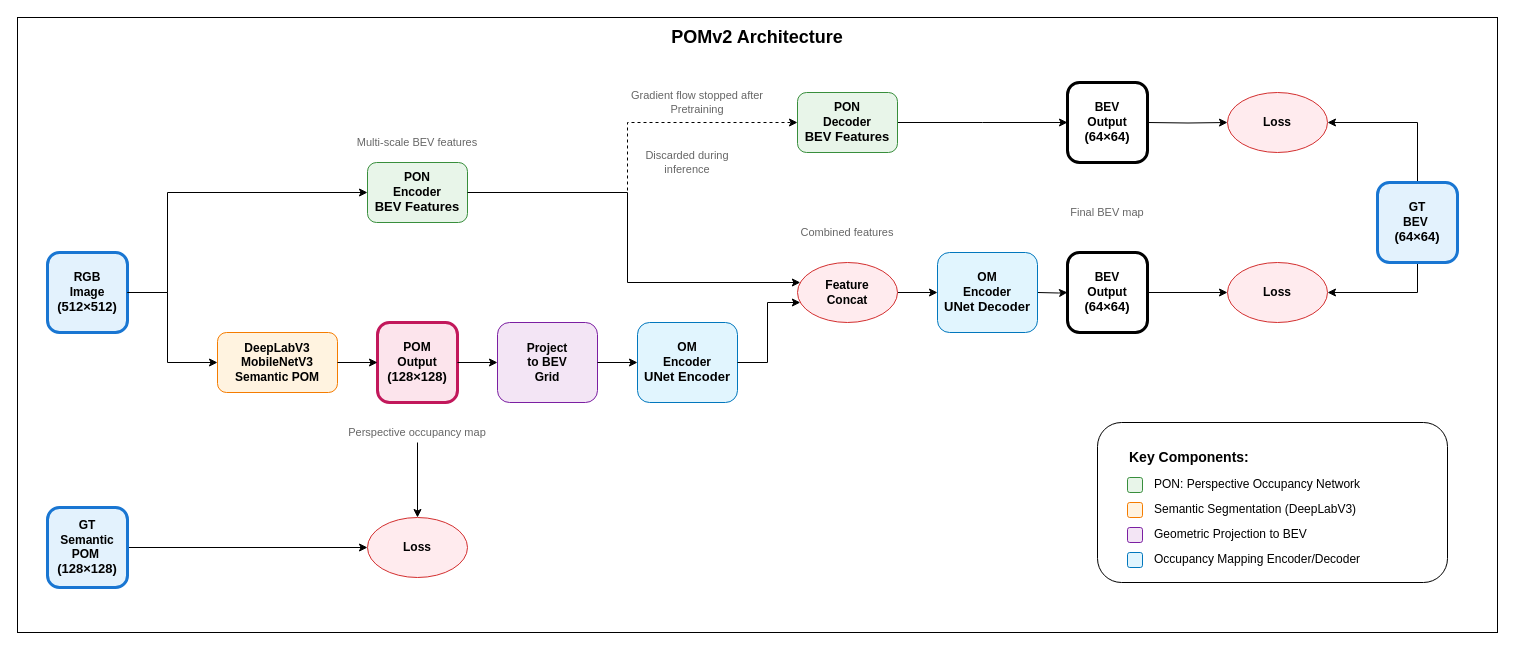
shantanusingh16/Perspective-Occupancy-Map keeps this draw.io diagram as images/architecture.drawio.xml. Above is the earlier version. Source tidied: cells renumbered, new cells numbered last; positions are measured from the earlier drawing's top-left corner, leaving out a move shared by most shapes. Both pictures are drawn from the tidied source at 100%, with x=0, y=0 at pixel (17, 17).
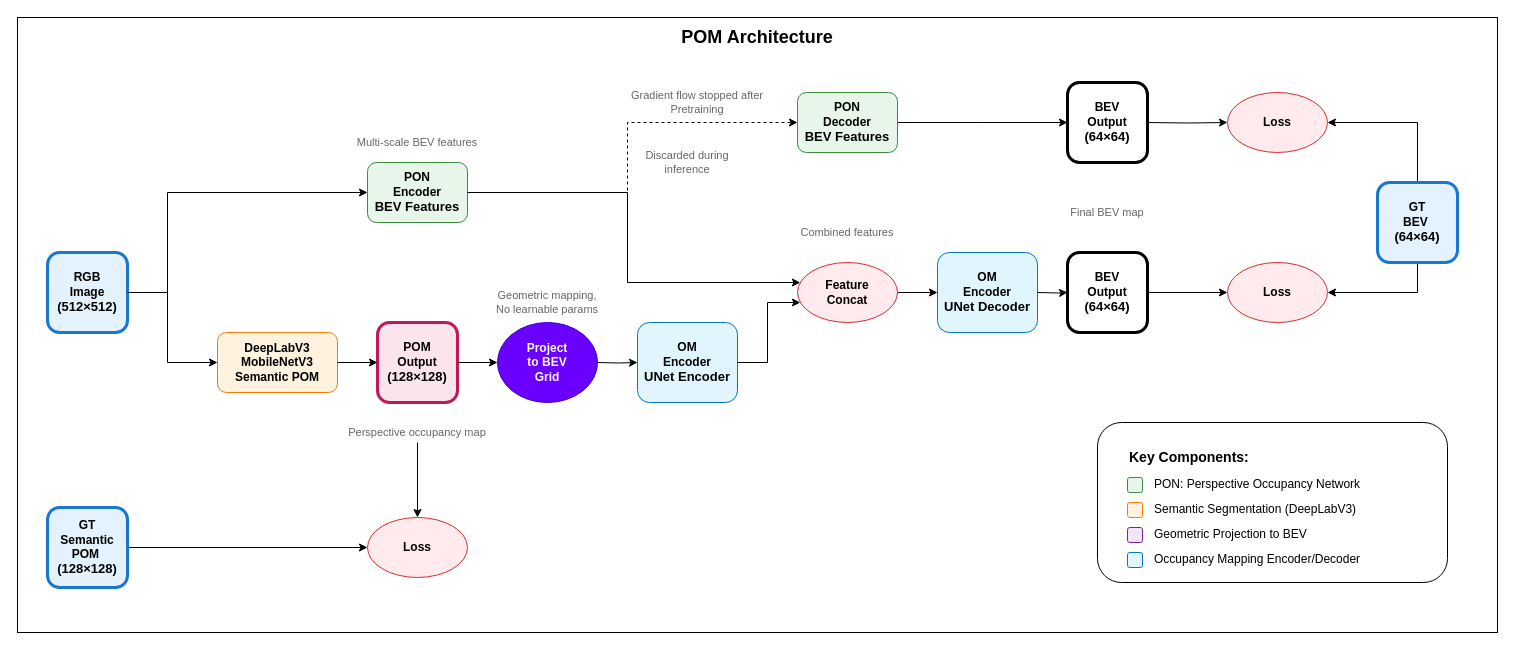
Above is the later version.

Unchanged cells that the change refers to:
```xml
<mxCell id="9" value="POM&lt;br&gt;Output&lt;br&gt;&lt;font size=&quot;2&quot;&gt;(128×128)&lt;/font&gt;" style="rounded=1;whiteSpace=wrap;html=1;fillColor=#fce4ec;strokeColor=#c2185b;fontStyle=1;strokeWidth=3;" parent="1" vertex="1">
  <mxGeometry x="360" y="305" width="80" height="80" as="geometry" />
</mxCell>
<mxCell id="11" value="OM&lt;br&gt;Encoder&lt;br&gt;&lt;font size=&quot;2&quot;&gt;UNet Encoder&lt;/font&gt;" style="rounded=1;whiteSpace=wrap;html=1;fillColor=#e1f5fe;strokeColor=#0277bd;fontStyle=1;" parent="1" vertex="1">
  <mxGeometry x="620" y="305" width="100" height="80" as="geometry" />
</mxCell>
```

The edit, as a diff of the source:
```diff
@@
-    <mxCell id="2" style="rounded=0;whiteSpace=wrap;html=1;" parent="1" vertex="1">
+    <mxCell id="2" style="rounded=0;whiteSpace=wrap;html=1;fillColor=light-dark(#FFFFFF,#171717);" parent="1" vertex="1">
       <mxGeometry width="1480" height="615" as="geometry" />
     </mxCell>
@@
-    <mxCell id="4" value="POMv2 Architecture" style="text;html=1;strokeColor=none;fillColor=light-dark(#FFFFFF,#1F1F1F);align=center;verticalAlign=middle;whiteSpace=wrap;rounded=0;fontSize=18;fontStyle=1;" parent="1" vertex="1">
+    <mxCell id="4" value="POM Architecture" style="text;html=1;strokeColor=none;fillColor=none;align=center;verticalAlign=middle;whiteSpace=wrap;rounded=0;fontSize=18;fontStyle=1;" parent="1" vertex="1">
       <mxGeometry x="640" y="5" width="200" height="30" as="geometry" />
     </mxCell>
@@
-    <mxCell id="10" value="Project&lt;br&gt;to BEV&lt;br&gt;Grid" style="rounded=1;whiteSpace=wrap;html=1;fillColor=#f3e5f5;strokeColor=#7b1fa2;fontStyle=1;" parent="1" vertex="1">
-      <mxGeometry x="480" y="305" width="100" height="80" as="geometry" />
-    </mxCell>
@@
-    <mxCell id="19" style="edgeStyle=orthogonalEdgeStyle;rounded=0;jettySize=auto;html=1;endArrow=classic;endFill=1;" parent="1" edge="1" source="9" target="10">
-      <mxGeometry relative="1" as="geometry" />
+    <mxCell id="19" style="edgeStyle=orthogonalEdgeStyle;rounded=0;jettySize=auto;html=1;endArrow=classic;endFill=1;" parent="1" edge="1" source="9">
+      <mxGeometry relative="1" as="geometry">
+        <mxPoint x="480" y="345" as="targetPoint" />
+      </mxGeometry>
     </mxCell>
-    <mxCell id="20" style="edgeStyle=orthogonalEdgeStyle;rounded=0;jettySize=auto;html=1;endArrow=classic;endFill=1;" parent="1" edge="1" source="10" target="11">
-      <mxGeometry relative="1" as="geometry" />
+    <mxCell id="20" style="edgeStyle=orthogonalEdgeStyle;rounded=0;jettySize=auto;html=1;endArrow=classic;endFill=1;" parent="1" edge="1" target="11">
+      <mxGeometry relative="1" as="geometry">
+        <mxPoint x="580" y="345" as="sourcePoint" />
+      </mxGeometry>
     </mxCell>
@@
+    <mxCell id="10" value="&lt;span style=&quot;font-weight: 700;&quot;&gt;Project&lt;/span&gt;&lt;br style=&quot;font-weight: 700;&quot;&gt;&lt;span style=&quot;font-weight: 700;&quot;&gt;to BEV&lt;/span&gt;&lt;br style=&quot;font-weight: 700;&quot;&gt;&lt;span style=&quot;font-weight: 700;&quot;&gt;Grid&lt;/span&gt;" style="ellipse;whiteSpace=wrap;html=1;fillColor=light-dark(#6A00FF,#190033);fontColor=light-dark(#FFFFFF,#FFFFFF);strokeColor=#3700CC;" parent="1" vertex="1">
+      <mxGeometry x="480" y="305" width="100" height="80" as="geometry" />
+    </mxCell>
+    <mxCell id="53" value="Geometric mapping, &lt;br&gt;No learnable params" style="text;html=1;strokeColor=none;fillColor=none;align=center;verticalAlign=middle;whiteSpace=wrap;rounded=0;fontSize=11;fontColor=#666666;" parent="1" vertex="1">
+      <mxGeometry x="470" y="275" width="120" height="20" as="geometry" />
+    </mxCell>
```
